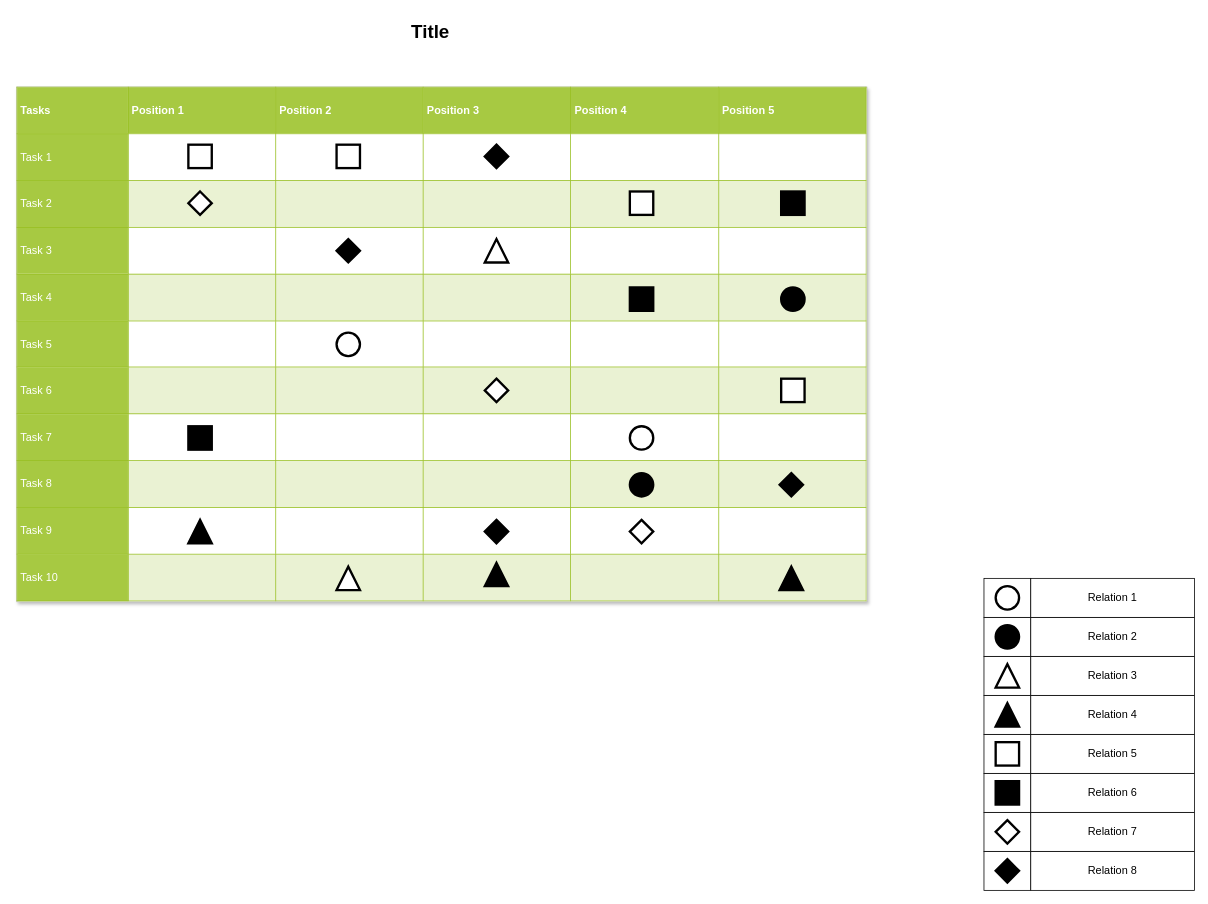
The draw.io diagram scheduler-simple.drawio in karitra/bg.charts, before the edit. Source tidied: cells renumbered, new cells numbered last; positions are measured from the earlier drawing's top-left corner, leaving out a move shared by most shapes. Both pictures are drawn from the tidied source at 78%, with x=0, y=0 at pixel (16, 16).
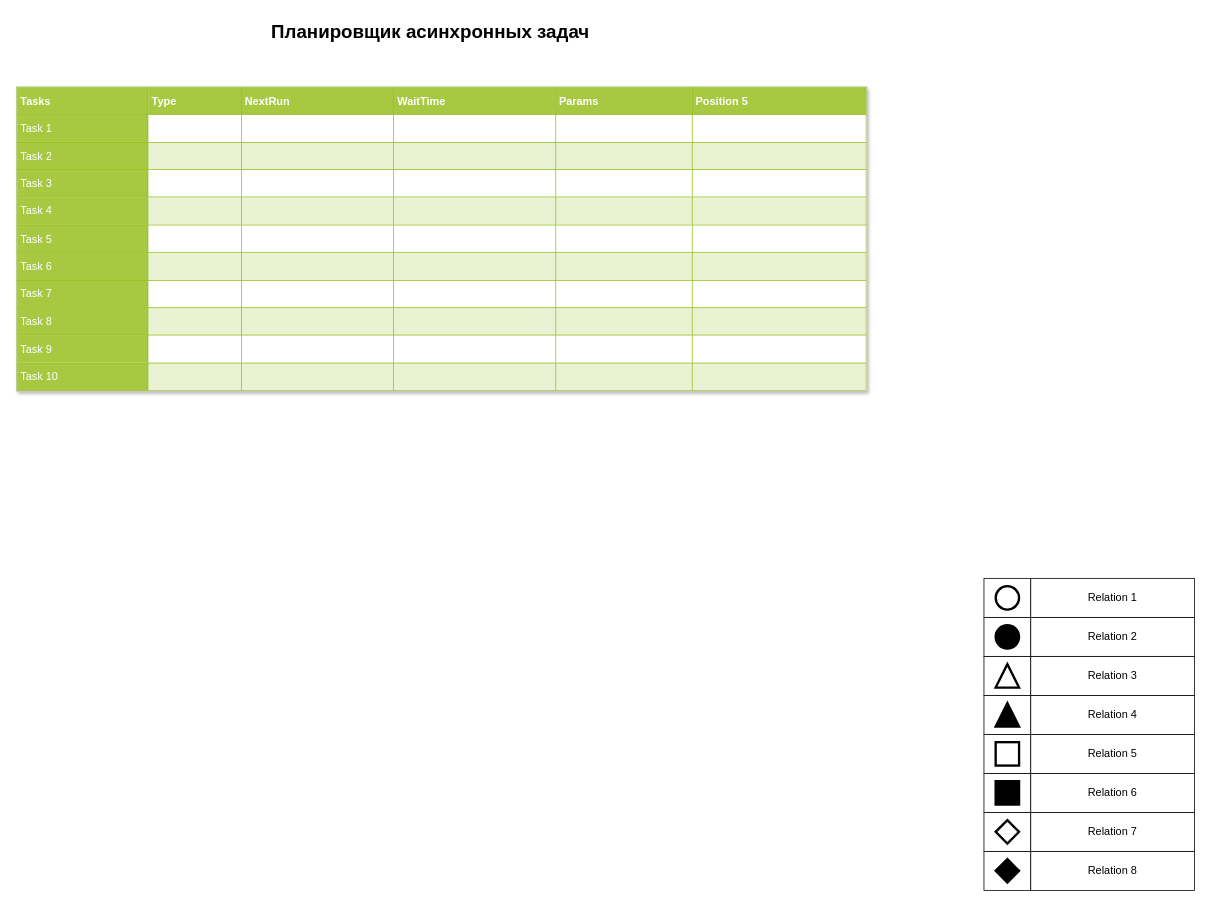
The same diagram, later.

What changed in the source:
```diff
@@
-    <mxCell id="19" value="&lt;table border=&quot;1&quot; width=&quot;100%&quot; cellpadding=&quot;4&quot; style=&quot;width: 100% ; height: 100% ; border-collapse: collapse&quot;&gt;&lt;tbody&gt;&lt;tr style=&quot;background-color: #a7c942 ; color: #ffffff ; border: 1px solid #98bf21&quot;&gt;&lt;th&gt;Tasks&lt;/th&gt;&lt;th&gt;Position 1&lt;/th&gt;&lt;th&gt;Position 2&lt;/th&gt;&lt;th&gt;Position 3&lt;/th&gt;&lt;th&gt;Position 4&lt;/th&gt;&lt;th&gt;Position 5&lt;/th&gt;&lt;/tr&gt;&lt;tr style=&quot;border: 1px solid #98bf21&quot;&gt;&lt;td style=&quot;background-color: #a7c942 ; color: #ffffff ; border: 1px solid #98bf21&quot;&gt;Task 1&lt;/td&gt;&lt;td&gt;&lt;/td&gt;&lt;td&gt;&lt;/td&gt;&lt;td&gt;&lt;br&gt;&lt;/td&gt;&lt;td&gt;&lt;br&gt;&lt;/td&gt;&lt;td&gt;&lt;br&gt;&lt;/td&gt;&lt;/tr&gt;&lt;tr style=&quot;background-color: #eaf2d3 ; border: 1px solid #98bf21&quot;&gt;&lt;td style=&quot;background-color: #a7c942 ; color: #ffffff ; border: 1px solid #98bf21&quot;&gt;Task 2&lt;/td&gt;&lt;td&gt;&lt;/td&gt;&lt;td&gt;&lt;/td&gt;&lt;td&gt;&lt;br&gt;&lt;/td&gt;&lt;td&gt;&lt;br&gt;&lt;/td&gt;&lt;td&gt;&lt;br&gt;&lt;/td&gt;&lt;/tr&gt;&lt;tr style=&quot;border: 1px solid #98bf21&quot;&gt;&lt;td style=&quot;background-color: #a7c942 ; color: #ffffff ; border: 1px solid #98bf21&quot;&gt;Task 3&lt;/td&gt;&lt;td&gt;&lt;/td&gt;&lt;td&gt;&lt;/td&gt;&lt;td&gt;&lt;br&gt;&lt;/td&gt;&lt;td&gt;&lt;br&gt;&lt;/td&gt;&lt;td&gt;&lt;br&gt;&lt;/td&gt;&lt;/tr&gt;&lt;tr style=&quot;background-color: #eaf2d3 ; border: 1px solid #98bf21&quot;&gt;&lt;td style=&quot;background-color: #a7c942 ; color: #ffffff ; border: 1px solid #98bf21&quot;&gt;Task 4&lt;/td&gt;&lt;td&gt;&lt;/td&gt;&lt;td&gt;&lt;/td&gt;&lt;td&gt;&lt;br&gt;&lt;/td&gt;&lt;td&gt;&lt;br&gt;&lt;/td&gt;&lt;td&gt;&lt;br&gt;&lt;/td&gt;&lt;/tr&gt;&lt;tr style=&quot;border: 1px solid #98bf21&quot;&gt;&lt;td style=&quot;background-color: #a7c942 ; color: #ffffff ; border: 1px solid #98bf21&quot;&gt;Task 5&lt;br&gt;&lt;/td&gt;&lt;td&gt;&lt;br&gt;&lt;/td&gt;&lt;td&gt;&lt;br&gt;&lt;/td&gt;&lt;td&gt;&lt;br&gt;&lt;/td&gt;&lt;td&gt;&lt;br&gt;&lt;/td&gt;&lt;td&gt;&lt;br&gt;&lt;/td&gt;&lt;/tr&gt;&lt;tr style=&quot;background-color: #eaf2d3 ; border: 1px solid #98bf21&quot;&gt;&lt;td style=&quot;background-color: #a7c942 ; color: #ffffff ; border: 1px solid #98bf21&quot;&gt;Task 6&lt;br&gt;&lt;/td&gt;&lt;td&gt;&lt;br&gt;&lt;/td&gt;&lt;td&gt;&lt;br&gt;&lt;/td&gt;&lt;td&gt;&lt;br&gt;&lt;/td&gt;&lt;td&gt;&lt;br&gt;&lt;/td&gt;&lt;td&gt;&lt;br&gt;&lt;/td&gt;&lt;/tr&gt;&lt;tr style=&quot;border: 1px solid #98bf21&quot;&gt;&lt;td style=&quot;background-color: #a7c942 ; color: #ffffff ; border: 1px solid #98bf21&quot;&gt;Task 7&lt;br&gt;&lt;/td&gt;&lt;td&gt;&lt;br&gt;&lt;/td&gt;&lt;td&gt;&lt;br&gt;&lt;/td&gt;&lt;td&gt;&lt;br&gt;&lt;/td&gt;&lt;td&gt;&lt;br&gt;&lt;/td&gt;&lt;td&gt;&lt;br&gt;&lt;/td&gt;&lt;/tr&gt;&lt;tr style=&quot;background-color: #eaf2d3 ; border: 1px solid #98bf21&quot;&gt;&lt;td style=&quot;background-color: #a7c942 ; color: #ffffff ; border: 1px solid #98bf21&quot;&gt;Task 8&lt;br&gt;&lt;/td&gt;&lt;td&gt;&lt;br&gt;&lt;/td&gt;&lt;td&gt;&lt;br&gt;&lt;/td&gt;&lt;td&gt;&lt;br&gt;&lt;/td&gt;&lt;td&gt;&lt;br&gt;&lt;/td&gt;&lt;td&gt;&lt;br&gt;&lt;/td&gt;&lt;/tr&gt;&lt;tr style=&quot;border: 1px solid #98bf21&quot;&gt;&lt;td style=&quot;background-color: #a7c942 ; color: #ffffff ; border: 1px solid #98bf21&quot;&gt;Task 9&lt;br&gt;&lt;/td&gt;&lt;td&gt;&lt;br&gt;&lt;/td&gt;&lt;td&gt;&lt;br&gt;&lt;/td&gt;&lt;td&gt;&lt;br&gt;&lt;/td&gt;&lt;td&gt;&lt;br&gt;&lt;/td&gt;&lt;td&gt;&lt;br&gt;&lt;/td&gt;&lt;/tr&gt;&lt;tr style=&quot;background-color: #eaf2d3 ; border: 1px solid #98bf21&quot;&gt;&lt;td style=&quot;background-color: #a7c942 ; color: #ffffff ; border: 1px solid #98bf21&quot;&gt;Task 10&lt;br&gt;&lt;/td&gt;&lt;td&gt;&lt;br&gt;&lt;/td&gt;&lt;td&gt;&lt;br&gt;&lt;/td&gt;&lt;td&gt;&lt;br&gt;&lt;/td&gt;&lt;td&gt;&lt;br&gt;&lt;/td&gt;&lt;td&gt;&lt;br&gt;&lt;/td&gt;&lt;/tr&gt;&lt;/tbody&gt;&lt;/table&gt;" style="text;html=1;strokeColor=#c0c0c0;fillColor=#ffffff;overflow=fill;rounded=0;shadow=1;fontSize=14;fontColor=#000000;" parent="1" vertex="1">
-      <mxGeometry y="90" width="1090" height="660" as="geometry" />
+    <mxCell id="19" value="&lt;table style=&quot;width: 100% ; height: 100% ; border-collapse: collapse&quot; width=&quot;100%&quot; cellpadding=&quot;4&quot; border=&quot;1&quot;&gt;&lt;tbody&gt;&lt;tr style=&quot;background-color: #a7c942 ; color: #ffffff ; border: 1px solid #98bf21&quot;&gt;&lt;th&gt;Tasks&lt;/th&gt;&lt;th&gt;Type&lt;br&gt;&lt;/th&gt;&lt;th&gt;NextRun&lt;br&gt;&lt;/th&gt;&lt;th&gt;WaitTime&lt;br&gt;&lt;/th&gt;&lt;th&gt;Params&lt;br&gt;&lt;/th&gt;&lt;th&gt;Position 5&lt;/th&gt;&lt;/tr&gt;&lt;tr style=&quot;border: 1px solid #98bf21&quot;&gt;&lt;td style=&quot;background-color: #a7c942 ; color: #ffffff ; border: 1px solid #98bf21&quot;&gt;Task 1&lt;/td&gt;&lt;td&gt;&lt;br&gt;&lt;/td&gt;&lt;td&gt;&lt;br&gt;&lt;/td&gt;&lt;td&gt;&lt;br&gt;&lt;/td&gt;&lt;td&gt;&lt;br&gt;&lt;/td&gt;&lt;td&gt;&lt;br&gt;&lt;/td&gt;&lt;/tr&gt;&lt;tr style=&quot;background-color: #eaf2d3 ; border: 1px solid #98bf21&quot;&gt;&lt;td style=&quot;background-color: #a7c942 ; color: #ffffff ; border: 1px solid #98bf21&quot;&gt;Task 2&lt;/td&gt;&lt;td&gt;&lt;br&gt;&lt;/td&gt;&lt;td&gt;&lt;br&gt;&lt;/td&gt;&lt;td&gt;&lt;br&gt;&lt;/td&gt;&lt;td&gt;&lt;br&gt;&lt;/td&gt;&lt;td&gt;&lt;br&gt;&lt;/td&gt;&lt;/tr&gt;&lt;tr style=&quot;border: 1px solid #98bf21&quot;&gt;&lt;td style=&quot;background-color: #a7c942 ; color: #ffffff ; border: 1px solid #98bf21&quot;&gt;Task 3&lt;/td&gt;&lt;td&gt;&lt;br&gt;&lt;/td&gt;&lt;td&gt;&lt;br&gt;&lt;/td&gt;&lt;td&gt;&lt;br&gt;&lt;/td&gt;&lt;td&gt;&lt;br&gt;&lt;/td&gt;&lt;td&gt;&lt;br&gt;&lt;/td&gt;&lt;/tr&gt;&lt;tr style=&quot;background-color: #eaf2d3 ; border: 1px solid #98bf21&quot;&gt;&lt;td style=&quot;background-color: #a7c942 ; color: #ffffff ; border: 1px solid #98bf21&quot;&gt;Task 4&lt;/td&gt;&lt;td&gt;&lt;br&gt;&lt;/td&gt;&lt;td&gt;&lt;br&gt;&lt;/td&gt;&lt;td&gt;&lt;br&gt;&lt;/td&gt;&lt;td&gt;&lt;br&gt;&lt;/td&gt;&lt;td&gt;&lt;br&gt;&lt;/td&gt;&lt;/tr&gt;&lt;tr style=&quot;border: 1px solid #98bf21&quot;&gt;&lt;td style=&quot;background-color: #a7c942 ; color: #ffffff ; border: 1px solid #98bf21&quot;&gt;Task 5&lt;br&gt;&lt;/td&gt;&lt;td&gt;&lt;br&gt;&lt;/td&gt;&lt;td&gt;&lt;br&gt;&lt;/td&gt;&lt;td&gt;&lt;br&gt;&lt;/td&gt;&lt;td&gt;&lt;br&gt;&lt;/td&gt;&lt;td&gt;&lt;br&gt;&lt;/td&gt;&lt;/tr&gt;&lt;tr style=&quot;background-color: #eaf2d3 ; border: 1px solid #98bf21&quot;&gt;&lt;td style=&quot;background-color: #a7c942 ; color: #ffffff ; border: 1px solid #98bf21&quot;&gt;Task 6&lt;br&gt;&lt;/td&gt;&lt;td&gt;&lt;br&gt;&lt;/td&gt;&lt;td&gt;&lt;br&gt;&lt;/td&gt;&lt;td&gt;&lt;br&gt;&lt;/td&gt;&lt;td&gt;&lt;br&gt;&lt;/td&gt;&lt;td&gt;&lt;br&gt;&lt;/td&gt;&lt;/tr&gt;&lt;tr style=&quot;border: 1px solid #98bf21&quot;&gt;&lt;td style=&quot;background-color: #a7c942 ; color: #ffffff ; border: 1px solid #98bf21&quot;&gt;Task 7&lt;br&gt;&lt;/td&gt;&lt;td&gt;&lt;br&gt;&lt;/td&gt;&lt;td&gt;&lt;br&gt;&lt;/td&gt;&lt;td&gt;&lt;br&gt;&lt;/td&gt;&lt;td&gt;&lt;br&gt;&lt;/td&gt;&lt;td&gt;&lt;br&gt;&lt;/td&gt;&lt;/tr&gt;&lt;tr style=&quot;background-color: #eaf2d3 ; border: 1px solid #98bf21&quot;&gt;&lt;td style=&quot;background-color: #a7c942 ; color: #ffffff ; border: 1px solid #98bf21&quot;&gt;Task 8&lt;br&gt;&lt;/td&gt;&lt;td&gt;&lt;br&gt;&lt;/td&gt;&lt;td&gt;&lt;br&gt;&lt;/td&gt;&lt;td&gt;&lt;br&gt;&lt;/td&gt;&lt;td&gt;&lt;br&gt;&lt;/td&gt;&lt;td&gt;&lt;br&gt;&lt;/td&gt;&lt;/tr&gt;&lt;tr style=&quot;border: 1px solid #98bf21&quot;&gt;&lt;td style=&quot;background-color: #a7c942 ; color: #ffffff ; border: 1px solid #98bf21&quot;&gt;Task 9&lt;br&gt;&lt;/td&gt;&lt;td&gt;&lt;br&gt;&lt;/td&gt;&lt;td&gt;&lt;br&gt;&lt;/td&gt;&lt;td&gt;&lt;br&gt;&lt;/td&gt;&lt;td&gt;&lt;br&gt;&lt;/td&gt;&lt;td&gt;&lt;br&gt;&lt;/td&gt;&lt;/tr&gt;&lt;tr style=&quot;background-color: #eaf2d3 ; border: 1px solid #98bf21&quot;&gt;&lt;td style=&quot;background-color: #a7c942 ; color: #ffffff ; border: 1px solid #98bf21&quot;&gt;Task 10&lt;br&gt;&lt;/td&gt;&lt;td&gt;&lt;br&gt;&lt;/td&gt;&lt;td&gt;&lt;br&gt;&lt;/td&gt;&lt;td&gt;&lt;br&gt;&lt;/td&gt;&lt;td&gt;&lt;br&gt;&lt;/td&gt;&lt;td&gt;&lt;br&gt;&lt;/td&gt;&lt;/tr&gt;&lt;/tbody&gt;&lt;/table&gt;" style="text;html=1;strokeColor=#c0c0c0;fillColor=default;overflow=fill;rounded=0;shadow=1;fontSize=14;fontColor=#000000;" parent="1" vertex="1">
+      <mxGeometry y="90" width="1090" height="390" as="geometry" />
     </mxCell>
-    <mxCell id="20" value="Title" style="text;strokeColor=none;fillColor=none;html=1;fontSize=24;fontStyle=1;verticalAlign=middle;align=center;rounded=0;shadow=1;" parent="1" vertex="1">
+    <mxCell id="20" value="Планировщик асинхронных задач" style="text;strokeColor=none;fillColor=none;html=1;fontSize=24;fontStyle=1;verticalAlign=middle;align=center;rounded=0;shadow=1;" parent="1" vertex="1">
       <mxGeometry x="140" width="780" height="40" as="geometry" />
     </mxCell>
@@
-    <mxCell id="28" style="ellipse;whiteSpace=wrap;html=1;rounded=0;shadow=0;strokeWidth=3;fontSize=14;" parent="1" vertex="1">
-      <mxGeometry x="786" y="525" width="30" height="30" as="geometry" />
-    </mxCell>
-    <mxCell id="29" style="ellipse;whiteSpace=wrap;html=1;rounded=0;shadow=0;strokeWidth=3;fontSize=14;" parent="1" vertex="1">
-      <mxGeometry x="410" y="405" width="30" height="30" as="geometry" />
-    </mxCell>
-    <mxCell id="30" style="ellipse;whiteSpace=wrap;html=1;rounded=0;shadow=0;strokeWidth=3;fontSize=14;fillColor=#000000;" parent="1" vertex="1">
-      <mxGeometry x="980" y="347" width="30" height="30" as="geometry" />
-    </mxCell>
-    <mxCell id="31" style="ellipse;whiteSpace=wrap;html=1;rounded=0;shadow=0;strokeWidth=3;fontSize=14;fillColor=#000000;" parent="1" vertex="1">
-      <mxGeometry x="786" y="585" width="30" height="30" as="geometry" />
-    </mxCell>
-    <mxCell id="32" style="triangle;whiteSpace=wrap;html=1;rounded=0;shadow=0;strokeWidth=3;fontSize=14;direction=north;" parent="1" vertex="1">
-      <mxGeometry x="410" y="705" width="30" height="30" as="geometry" />
-    </mxCell>
-    <mxCell id="33" style="triangle;whiteSpace=wrap;html=1;rounded=0;shadow=0;strokeWidth=3;fontSize=14;direction=north;" parent="1" vertex="1">
-      <mxGeometry x="600" y="285" width="30" height="30" as="geometry" />
-    </mxCell>
-    <mxCell id="34" style="triangle;whiteSpace=wrap;html=1;rounded=0;shadow=0;strokeWidth=3;fillColor=#000000;fontSize=14;direction=north;" parent="1" vertex="1">
-      <mxGeometry x="978" y="705" width="30" height="30" as="geometry" />
-    </mxCell>
-    <mxCell id="35" style="triangle;whiteSpace=wrap;html=1;rounded=0;shadow=0;strokeWidth=3;fillColor=#000000;fontSize=14;direction=north;" parent="1" vertex="1">
-      <mxGeometry x="600" y="700" width="30" height="30" as="geometry" />
-    </mxCell>
-    <mxCell id="36" style="triangle;whiteSpace=wrap;html=1;rounded=0;shadow=0;strokeWidth=3;fillColor=#000000;fontSize=14;direction=north;" parent="1" vertex="1">
-      <mxGeometry x="220" y="645" width="30" height="30" as="geometry" />
-    </mxCell>
-    <mxCell id="37" style="whiteSpace=wrap;html=1;rounded=0;shadow=0;strokeWidth=3;fontSize=14;" parent="1" vertex="1">
-      <mxGeometry x="220" y="164" width="30" height="30" as="geometry" />
-    </mxCell>
-    <mxCell id="38" style="whiteSpace=wrap;html=1;rounded=0;shadow=0;strokeWidth=3;fontSize=14;" parent="1" vertex="1">
-      <mxGeometry x="410" y="164" width="30" height="30" as="geometry" />
-    </mxCell>
-    <mxCell id="39" style="whiteSpace=wrap;html=1;rounded=0;shadow=0;strokeWidth=3;fontSize=14;" parent="1" vertex="1">
-      <mxGeometry x="786" y="224" width="30" height="30" as="geometry" />
-    </mxCell>
-    <mxCell id="40" style="whiteSpace=wrap;html=1;rounded=0;shadow=0;strokeWidth=3;fillColor=#ffffff;fontSize=14;" parent="1" vertex="1">
-      <mxGeometry x="980" y="464" width="30" height="30" as="geometry" />
-    </mxCell>
-    <mxCell id="41" style="whiteSpace=wrap;html=1;rounded=0;shadow=0;strokeWidth=3;fillColor=#000000;fontSize=14;" parent="1" vertex="1">
-      <mxGeometry x="220" y="525" width="30" height="30" as="geometry" />
-    </mxCell>
-    <mxCell id="42" style="whiteSpace=wrap;html=1;rounded=0;shadow=0;strokeWidth=3;fillColor=#000000;fontSize=14;" parent="1" vertex="1">
-      <mxGeometry x="786" y="347" width="30" height="30" as="geometry" />
-    </mxCell>
-    <mxCell id="43" style="whiteSpace=wrap;html=1;rounded=0;shadow=0;strokeWidth=3;fillColor=#000000;fontSize=14;" parent="1" vertex="1">
-      <mxGeometry x="980" y="224" width="30" height="30" as="geometry" />
-    </mxCell>
-    <mxCell id="44" style="rhombus;whiteSpace=wrap;html=1;rounded=0;shadow=0;strokeWidth=3;fontSize=14;" parent="1" vertex="1">
-      <mxGeometry x="600" y="464" width="30" height="30" as="geometry" />
-    </mxCell>
-    <mxCell id="45" style="rhombus;whiteSpace=wrap;html=1;rounded=0;shadow=0;strokeWidth=3;fontSize=14;" parent="1" vertex="1">
-      <mxGeometry x="220" y="224" width="30" height="30" as="geometry" />
-    </mxCell>
-    <mxCell id="46" style="rhombus;whiteSpace=wrap;html=1;rounded=0;shadow=0;strokeWidth=3;fontSize=14;" parent="1" vertex="1">
-      <mxGeometry x="786" y="645" width="30" height="30" as="geometry" />
-    </mxCell>
-    <mxCell id="47" style="rhombus;whiteSpace=wrap;html=1;rounded=0;shadow=0;strokeWidth=3;fillColor=#000000;fontSize=14;" parent="1" vertex="1">
-      <mxGeometry x="978" y="585" width="30" height="30" as="geometry" />
-    </mxCell>
-    <mxCell id="48" style="rhombus;whiteSpace=wrap;html=1;rounded=0;shadow=0;strokeWidth=3;fillColor=#000000;fontSize=14;" parent="1" vertex="1">
-      <mxGeometry x="410" y="285" width="30" height="30" as="geometry" />
-    </mxCell>
-    <mxCell id="49" style="rhombus;whiteSpace=wrap;html=1;rounded=0;shadow=0;strokeWidth=3;fillColor=#000000;fontSize=14;" parent="1" vertex="1">
-      <mxGeometry x="600" y="164" width="30" height="30" as="geometry" />
-    </mxCell>
-    <mxCell id="50" style="rhombus;whiteSpace=wrap;html=1;rounded=0;shadow=0;strokeWidth=3;fillColor=#000000;fontSize=14;" parent="1" vertex="1">
-      <mxGeometry x="600" y="645" width="30" height="30" as="geometry" />
-    </mxCell>
```
